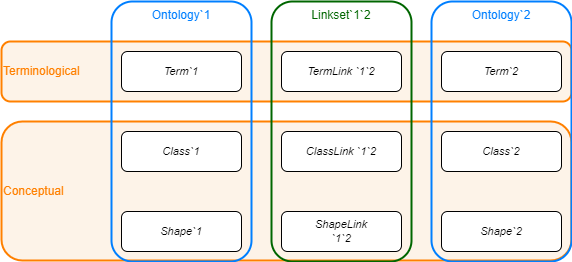
The draw.io diagram docs/whitepaper/img/basic-alignment-diagram.drawio.png in Stichting-CROW/ontology-alignment, before a commit. Source tidied: cells renumbered, new cells last; positions are measured from the earlier drawing's top-left corner, leaving out a move shared by most shapes.
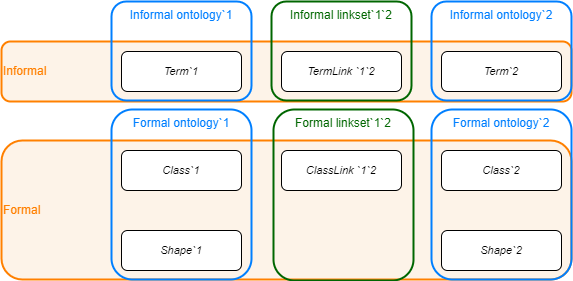
Later version of the same file.

Diff of the diagram source:
```diff
@@ -2,17 +2,14 @@
   <root>
     <mxCell id="0" />
     <mxCell id="1" parent="0" />
-    <mxCell id="2" value="Terminological" style="rounded=1;whiteSpace=wrap;html=1;fontFamily=Helvetica;fillColor=#FDF3E8;align=left;strokeColor=#FF8000;fontColor=#FF8000;strokeWidth=2;" parent="1" vertex="1">
+    <mxCell id="2" value="Informal" style="rounded=1;whiteSpace=wrap;html=1;fontFamily=Helvetica;fillColor=#FDF3E8;align=left;strokeColor=#FF8000;fontColor=#FF8000;strokeWidth=2;" parent="1" vertex="1">
       <mxGeometry y="40" width="570" height="60" as="geometry" />
     </mxCell>
-    <mxCell id="3" value="Conceptual" style="rounded=1;whiteSpace=wrap;html=1;fontFamily=Helvetica;fillColor=#FDF3E8;align=left;strokeColor=#FF8000;fontColor=#FF8000;strokeWidth=2;" parent="1" vertex="1">
-      <mxGeometry y="120" width="570" height="139" as="geometry" />
+    <mxCell id="3" value="Formal" style="rounded=1;whiteSpace=wrap;html=1;fontFamily=Helvetica;fillColor=#FDF3E8;align=left;strokeColor=#FF8000;fontColor=#FF8000;strokeWidth=2;" parent="1" vertex="1">
+      <mxGeometry y="139" width="570" height="139" as="geometry" />
     </mxCell>
-    <mxCell id="4" value="Ontology`2" style="rounded=1;whiteSpace=wrap;html=1;fontFamily=Helvetica;fillColor=none;verticalAlign=top;strokeColor=#007FFF;fontColor=#007FFF;strokeWidth=2;" parent="1" vertex="1">
-      <mxGeometry x="430" width="140" height="260" as="geometry" />
-    </mxCell>
-    <mxCell id="5" value="Ontology`1" style="rounded=1;whiteSpace=wrap;html=1;fontFamily=Helvetica;fillColor=none;verticalAlign=top;strokeColor=#007FFF;fontColor=#007FFF;strokeWidth=2;" parent="1" vertex="1">
-      <mxGeometry x="110" width="140" height="260" as="geometry" />
+    <mxCell id="5" value="Informal ontology`1" style="rounded=1;whiteSpace=wrap;html=1;fontFamily=Helvetica;fillColor=none;verticalAlign=top;strokeColor=#007FFF;fontColor=#007FFF;strokeWidth=2;" parent="1" vertex="1">
+      <mxGeometry x="110" width="140" height="99" as="geometry" />
     </mxCell>
     <mxCell id="6" value="Term`1" style="rounded=1;whiteSpace=wrap;html=1;fontFamily=Helvetica;strokeWidth=1;fontStyle=2;fontSize=11;" parent="1" vertex="1">
       <mxGeometry x="120" y="50" width="120" height="40" as="geometry" />
@@ -21,28 +18,37 @@
       <mxGeometry x="440" y="50" width="120" height="40" as="geometry" />
     </mxCell>
     <mxCell id="8" value="Class`1" style="rounded=1;whiteSpace=wrap;html=1;fontFamily=Helvetica;strokeWidth=1;fontStyle=2;fontSize=11;" parent="1" vertex="1">
-      <mxGeometry x="120" y="130" width="120" height="40" as="geometry" />
+      <mxGeometry x="120" y="149" width="120" height="40" as="geometry" />
     </mxCell>
     <mxCell id="9" value="Class`2" style="rounded=1;whiteSpace=wrap;html=1;fontFamily=Helvetica;strokeWidth=1;fontStyle=2;fontSize=11;" parent="1" vertex="1">
-      <mxGeometry x="440" y="130" width="120" height="40" as="geometry" />
+      <mxGeometry x="440" y="149" width="120" height="40" as="geometry" />
     </mxCell>
     <mxCell id="10" value="Shape`1" style="rounded=1;whiteSpace=wrap;html=1;fontFamily=Helvetica;strokeWidth=1;fontStyle=2;fontSize=11;" parent="1" vertex="1">
-      <mxGeometry x="120" y="210" width="120" height="40" as="geometry" />
+      <mxGeometry x="120" y="229" width="120" height="40" as="geometry" />
     </mxCell>
     <mxCell id="11" value="Shape`2" style="rounded=1;whiteSpace=wrap;html=1;fontFamily=Helvetica;strokeWidth=1;fontStyle=2;fontSize=11;" parent="1" vertex="1">
-      <mxGeometry x="440" y="210" width="120" height="40" as="geometry" />
+      <mxGeometry x="440" y="229" width="120" height="40" as="geometry" />
     </mxCell>
-    <mxCell id="12" value="Linkset`1`2" style="rounded=1;whiteSpace=wrap;html=1;fontFamily=Helvetica;fillColor=none;verticalAlign=top;strokeColor=#006600;fontColor=#006600;strokeWidth=2;" parent="1" vertex="1">
-      <mxGeometry x="270" width="140" height="260" as="geometry" />
+    <mxCell id="12" value="Informal linkset`1`2" style="rounded=1;whiteSpace=wrap;html=1;fontFamily=Helvetica;fillColor=none;verticalAlign=top;strokeColor=#006600;fontColor=#006600;strokeWidth=2;" parent="1" vertex="1">
+      <mxGeometry x="270" width="140" height="99" as="geometry" />
     </mxCell>
     <mxCell id="13" value="TermLink `1`2" style="rounded=1;whiteSpace=wrap;html=1;fontFamily=Helvetica;strokeWidth=1;fontStyle=2;fontSize=11;" parent="1" vertex="1">
       <mxGeometry x="280" y="50" width="120" height="40" as="geometry" />
     </mxCell>
     <mxCell id="14" value="ClassLink `1`2" style="rounded=1;whiteSpace=wrap;html=1;fontFamily=Helvetica;strokeWidth=1;fontStyle=2;fontSize=11;" parent="1" vertex="1">
-      <mxGeometry x="280" y="130" width="120" height="40" as="geometry" />
+      <mxGeometry x="280" y="149" width="120" height="40" as="geometry" />
     </mxCell>
-    <mxCell id="15" value="ShapeLink&lt;br&gt;`1`2" style="rounded=1;whiteSpace=wrap;html=1;fontFamily=Helvetica;strokeWidth=1;fontStyle=2;fontSize=11;" parent="1" vertex="1">
-      <mxGeometry x="280" y="210" width="120" height="40" as="geometry" />
-    </mxCell>
+    <mxCell id="16" value="Formal ontology`1" style="rounded=1;whiteSpace=wrap;html=1;fontFamily=Helvetica;fillColor=none;verticalAlign=top;strokeColor=#007FFF;fontColor=#007FFF;strokeWidth=2;" parent="1" vertex="1">
+      <mxGeometry x="110" y="108" width="140" height="170" as="geometry" />
+    </mxCell>
+    <mxCell id="17" value="Informal ontology`2" style="rounded=1;whiteSpace=wrap;html=1;fontFamily=Helvetica;fillColor=none;verticalAlign=top;strokeColor=#007FFF;fontColor=#007FFF;strokeWidth=2;" parent="1" vertex="1">
+      <mxGeometry x="430" width="140" height="99" as="geometry" />
+    </mxCell>
+    <mxCell id="18" value="Formal ontology`2" style="rounded=1;whiteSpace=wrap;html=1;fontFamily=Helvetica;fillColor=none;verticalAlign=top;strokeColor=#007FFF;fontColor=#007FFF;strokeWidth=2;" parent="1" vertex="1">
+      <mxGeometry x="430" y="108" width="140" height="170" as="geometry" />
+    </mxCell>
+    <mxCell id="19" value="Formal linkset`1`2" style="rounded=1;whiteSpace=wrap;html=1;fontFamily=Helvetica;fillColor=none;verticalAlign=top;strokeColor=#006600;fontColor=#006600;strokeWidth=2;" parent="1" vertex="1">
+      <mxGeometry x="272" y="108" width="140" height="171" as="geometry" />
+    </mxCell>
   </root>
 </mxGraphModel>
```
